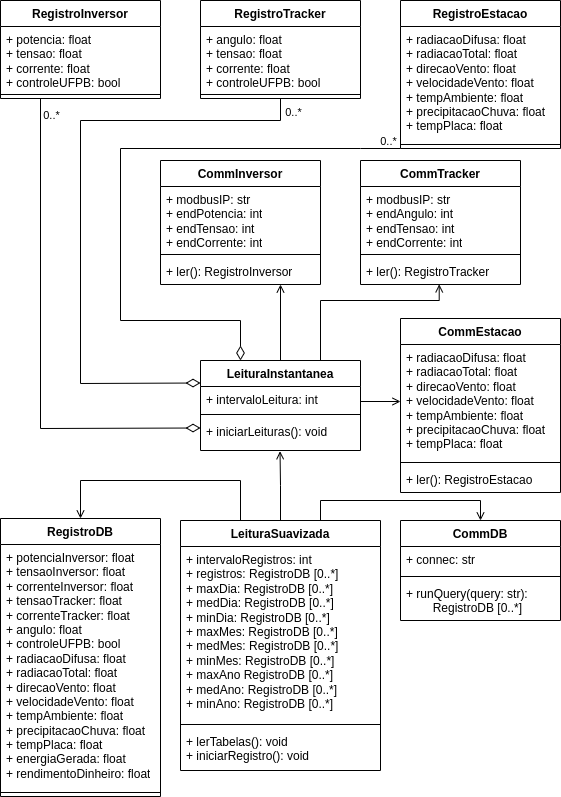
This is diagrama de classes.drawio.png from jaedson-barbosa/supervisorio-solar-ufpb-docs, a draw.io export, as it was before one commit. Source tidied: cells renumbered, new cells last; positions are measured from the earlier drawing's top-left corner, leaving out a move shared by most shapes.
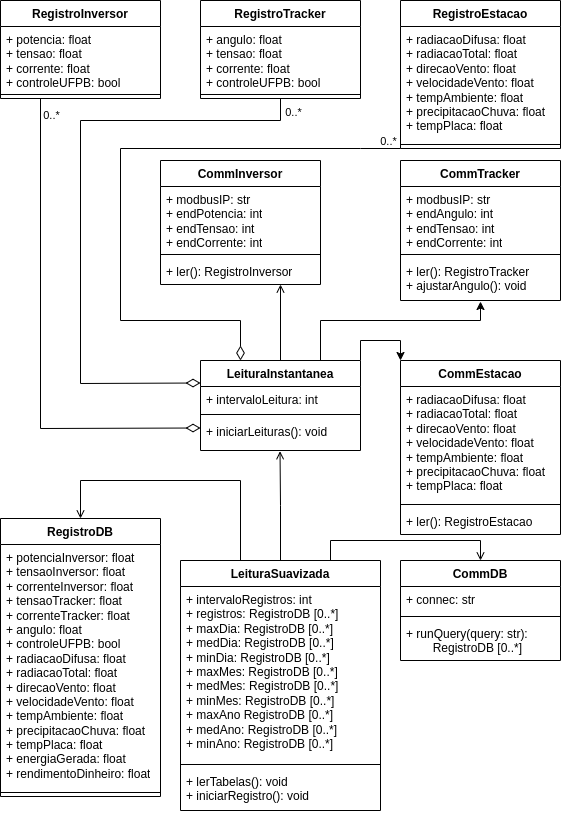
After the commit.

The edit, as a diff of the source:
```diff
@@ -83,7 +83,7 @@
       <mxGeometry y="98" width="160" height="26" as="geometry" />
     </mxCell>
     <mxCell id="21" value="CommTracker" style="swimlane;fontStyle=1;align=center;verticalAlign=top;horizontal=1;startSize=26;whiteSpace=wrap;html=1;" parent="1" vertex="1">
-      <mxGeometry x="360" y="160" width="160" height="124" as="geometry" />
+      <mxGeometry x="400" y="160" width="160" height="140" as="geometry" />
     </mxCell>
     <mxCell id="22" value="+ modbusIP: str&lt;br&gt;+ endAngulo: int&lt;br&gt;+ endTensao: int&lt;br&gt;+ endCorrente: int" style="text;strokeColor=none;fillColor=none;align=left;verticalAlign=top;spacingLeft=4;spacingRight=4;overflow=hidden;whiteSpace=wrap;html=1;" parent="21" vertex="1">
       <mxGeometry y="26" width="160" height="64" as="geometry" />
@@ -91,11 +91,11 @@
     <mxCell id="23" style="line;strokeWidth=1;fillColor=none;align=left;verticalAlign=middle;spacingTop=-1;spacingLeft=3;spacingRight=3;labelPosition=right;strokeColor=inherit;" parent="21" vertex="1">
       <mxGeometry y="90" width="160" height="8" as="geometry" />
     </mxCell>
-    <mxCell id="24" value="+ ler(): RegistroTracker" style="text;strokeColor=none;fillColor=none;align=left;verticalAlign=top;spacingLeft=4;spacingRight=4;overflow=hidden;points=[[0,0.5],[1,0.5]];portConstraint=eastwest;whiteSpace=wrap;html=1;" parent="21" vertex="1">
-      <mxGeometry y="98" width="160" height="26" as="geometry" />
+    <mxCell id="24" value="+ ler(): RegistroTracker&lt;br&gt;+ ajustarAngulo(): void" style="text;strokeColor=none;fillColor=none;align=left;verticalAlign=top;spacingLeft=4;spacingRight=4;overflow=hidden;points=[[0,0.5],[1,0.5]];portConstraint=eastwest;whiteSpace=wrap;html=1;" parent="21" vertex="1">
+      <mxGeometry y="98" width="160" height="42" as="geometry" />
     </mxCell>
     <mxCell id="25" value="CommEstacao" style="swimlane;fontStyle=1;align=center;verticalAlign=top;horizontal=1;startSize=26;whiteSpace=wrap;html=1;" parent="1" vertex="1">
-      <mxGeometry x="400" y="318" width="160" height="174" as="geometry" />
+      <mxGeometry x="400" y="360" width="160" height="174" as="geometry" />
     </mxCell>
     <mxCell id="26" value="+ radiacaoDifusa: float&lt;br style=&quot;border-color: var(--border-color);&quot;&gt;+ radiacaoTotal: float&lt;br style=&quot;border-color: var(--border-color);&quot;&gt;+ direcaoVento: float&lt;br style=&quot;border-color: var(--border-color);&quot;&gt;+ velocidadeVento: float&lt;br style=&quot;border-color: var(--border-color);&quot;&gt;+ tempAmbiente: float&lt;br style=&quot;border-color: var(--border-color);&quot;&gt;+ precipitacaoChuva: float&lt;br style=&quot;border-color: var(--border-color);&quot;&gt;+ tempPlaca: float" style="text;strokeColor=none;fillColor=none;align=left;verticalAlign=top;spacingLeft=4;spacingRight=4;overflow=hidden;points=[[0,0.5],[1,0.5]];portConstraint=eastwest;whiteSpace=wrap;html=1;" parent="25" vertex="1">
       <mxGeometry y="26" width="160" height="114" as="geometry" />
@@ -109,25 +109,19 @@
     <mxCell id="29" style="edgeStyle=orthogonalEdgeStyle;rounded=0;jettySize=auto;html=1;exitX=0.5;exitY=0;exitDx=0;exitDy=0;entryX=0.497;entryY=1.023;entryDx=0;entryDy=0;entryPerimeter=0;endArrow=open;endFill=0;" parent="1" edge="1" source="32" target="45">
       <mxGeometry relative="1" as="geometry" />
     </mxCell>
+    <mxCell id="31" style="edgeStyle=orthogonalEdgeStyle;rounded=0;jettySize=auto;html=1;exitX=0.25;exitY=0;exitDx=0;exitDy=0;entryX=0.5;entryY=0;entryDx=0;entryDy=0;endArrow=open;endFill=0;" parent="1" edge="1" source="32" target="47">
+      <mxGeometry relative="1" as="geometry">
+        <Array as="points">
+          <mxPoint x="240" y="480" />
+          <mxPoint x="80" y="480" />
+        </Array>
+      </mxGeometry>
+    </mxCell>
     <mxCell id="30" style="edgeStyle=orthogonalEdgeStyle;rounded=0;jettySize=auto;html=1;exitX=0.75;exitY=0;exitDx=0;exitDy=0;entryX=0.5;entryY=0;entryDx=0;entryDy=0;endArrow=open;endFill=0;" parent="1" edge="1" source="32" target="36">
-      <mxGeometry relative="1" as="geometry">
-        <Array as="points">
-          <mxPoint x="320" y="520" />
-          <mxPoint x="320" y="500" />
-          <mxPoint x="480" y="500" />
-        </Array>
-      </mxGeometry>
+      <mxGeometry relative="1" as="geometry" />
     </mxCell>
-    <mxCell id="31" style="edgeStyle=orthogonalEdgeStyle;rounded=0;jettySize=auto;html=1;exitX=0.25;exitY=0;exitDx=0;exitDy=0;entryX=0.5;entryY=0;entryDx=0;entryDy=0;endArrow=open;endFill=0;" parent="1" edge="1" source="32" target="47">
-      <mxGeometry relative="1" as="geometry">
-        <Array as="points">
-          <mxPoint x="240" y="480" />
-          <mxPoint x="80" y="480" />
-        </Array>
-      </mxGeometry>
-    </mxCell>
     <mxCell id="32" value="LeituraSuavizada" style="swimlane;fontStyle=1;align=center;verticalAlign=top;horizontal=1;startSize=26;whiteSpace=wrap;html=1;" parent="1" vertex="1">
-      <mxGeometry x="180" y="520" width="200" height="250" as="geometry" />
+      <mxGeometry x="180" y="560" width="200" height="250" as="geometry" />
     </mxCell>
     <mxCell id="33" value="+ intervaloRegistros: int&lt;br&gt;+ registros: RegistroDB [0..*]&lt;br&gt;+ maxDia:&amp;nbsp;RegistroDB [0..*]&lt;br&gt;+ medDia:&amp;nbsp;RegistroDB [0..*]&lt;br&gt;+ minDia:&amp;nbsp;RegistroDB [0..*]&lt;br&gt;+ maxMes: RegistroDB [0..*]&lt;br&gt;+ medMes: RegistroDB [0..*]&lt;br&gt;+ minMes:&amp;nbsp;RegistroDB [0..*]&lt;br&gt;+ maxAno&amp;nbsp;RegistroDB [0..*]&lt;br&gt;+ medAno:&amp;nbsp;RegistroDB [0..*]&lt;br&gt;+ minAno:&amp;nbsp;RegistroDB [0..*]" style="text;strokeColor=none;fillColor=none;align=left;verticalAlign=top;spacingLeft=4;spacingRight=4;overflow=hidden;whiteSpace=wrap;html=1;" parent="32" vertex="1">
       <mxGeometry y="26" width="200" height="174" as="geometry" />
@@ -139,7 +133,7 @@
       <mxGeometry y="208" width="200" height="42" as="geometry" />
     </mxCell>
     <mxCell id="36" value="CommDB" style="swimlane;fontStyle=1;align=center;verticalAlign=top;horizontal=1;startSize=26;whiteSpace=wrap;html=1;" parent="1" vertex="1">
-      <mxGeometry x="400" y="520" width="160" height="100" as="geometry" />
+      <mxGeometry x="400" y="560" width="160" height="100" as="geometry" />
     </mxCell>
     <mxCell id="37" value="+ connec: str" style="text;strokeColor=none;fillColor=none;align=left;verticalAlign=top;spacingLeft=4;spacingRight=4;overflow=hidden;whiteSpace=wrap;html=1;" parent="36" vertex="1">
       <mxGeometry y="26" width="160" height="26" as="geometry" />
@@ -150,17 +144,20 @@
     <mxCell id="39" value="+ runQuery(query: str): &lt;span style=&quot;white-space: pre;&quot;&gt;&#9;&lt;/span&gt;RegistroDB [0..*]" style="text;strokeColor=none;fillColor=none;align=left;verticalAlign=top;spacingLeft=4;spacingRight=4;overflow=hidden;whiteSpace=wrap;html=1;" parent="36" vertex="1">
       <mxGeometry y="60" width="160" height="40" as="geometry" />
     </mxCell>
+    <mxCell id="41" style="edgeStyle=orthogonalEdgeStyle;rounded=0;jettySize=auto;html=1;exitX=0.5;exitY=0;exitDx=0;exitDy=0;entryX=0.75;entryY=1;entryDx=0;entryDy=0;endArrow=open;endFill=0;" parent="1" edge="1" source="42" target="17">
+      <mxGeometry relative="1" as="geometry" />
+    </mxCell>
+    <mxCell id="50" style="edgeStyle=orthogonalEdgeStyle;rounded=0;jettySize=auto;html=1;exitX=1;exitY=0;exitDx=0;exitDy=0;entryX=0;entryY=0;entryDx=0;entryDy=0;" parent="1" edge="1" source="42" target="25">
+      <mxGeometry relative="1" as="geometry" />
+    </mxCell>
-    <mxCell id="40" style="edgeStyle=orthogonalEdgeStyle;rounded=0;jettySize=auto;html=1;exitX=0.75;exitY=0;exitDx=0;exitDy=0;entryX=0.492;entryY=0.994;entryDx=0;entryDy=0;entryPerimeter=0;endArrow=open;endFill=0;" parent="1" edge="1" source="42" target="24">
+    <mxCell id="40" style="edgeStyle=orthogonalEdgeStyle;rounded=0;jettySize=auto;html=1;exitX=0.75;exitY=0;exitDx=0;exitDy=0;entryX=0.5;entryY=1.024;entryDx=0;entryDy=0;entryPerimeter=0;" parent="1" edge="1" source="42" target="24">
       <mxGeometry relative="1" as="geometry">
         <Array as="points">
-          <mxPoint x="320" y="300" />
-          <mxPoint x="439" y="300" />
+          <mxPoint x="320" y="320" />
+          <mxPoint x="480" y="320" />
         </Array>
       </mxGeometry>
     </mxCell>
-    <mxCell id="41" style="edgeStyle=orthogonalEdgeStyle;rounded=0;jettySize=auto;html=1;exitX=0.5;exitY=0;exitDx=0;exitDy=0;entryX=0.75;entryY=1;entryDx=0;entryDy=0;endArrow=open;endFill=0;" parent="1" edge="1" source="42" target="17">
-      <mxGeometry relative="1" as="geometry" />
-    </mxCell>
     <mxCell id="42" value="LeituraInstantanea" style="swimlane;fontStyle=1;align=center;verticalAlign=top;horizontal=1;startSize=26;whiteSpace=wrap;html=1;" parent="1" vertex="1">
       <mxGeometry x="200" y="360" width="160" height="90" as="geometry" />
     </mxCell>
@@ -173,9 +170,6 @@
     <mxCell id="45" value="+ iniciarLeituras(): void" style="text;strokeColor=none;fillColor=none;align=left;verticalAlign=top;spacingLeft=4;spacingRight=4;overflow=hidden;points=[[0,0.5],[1,0.5]];portConstraint=eastwest;whiteSpace=wrap;html=1;" parent="42" vertex="1">
       <mxGeometry y="58" width="160" height="32" as="geometry" />
     </mxCell>
-    <mxCell id="46" style="edgeStyle=orthogonalEdgeStyle;rounded=0;jettySize=auto;html=1;exitX=1;exitY=0.625;exitDx=0;exitDy=0;entryX=0;entryY=0.5;entryDx=0;entryDy=0;endArrow=open;endFill=0;exitPerimeter=0;" parent="1" edge="1" source="43" target="26">
-      <mxGeometry relative="1" as="geometry" />
-    </mxCell>
     <mxCell id="47" value="RegistroDB" style="swimlane;fontStyle=1;align=center;verticalAlign=top;horizontal=1;startSize=26;whiteSpace=wrap;html=1;" parent="1" vertex="1">
       <mxGeometry y="518" width="160" height="278" as="geometry" />
     </mxCell>
```
